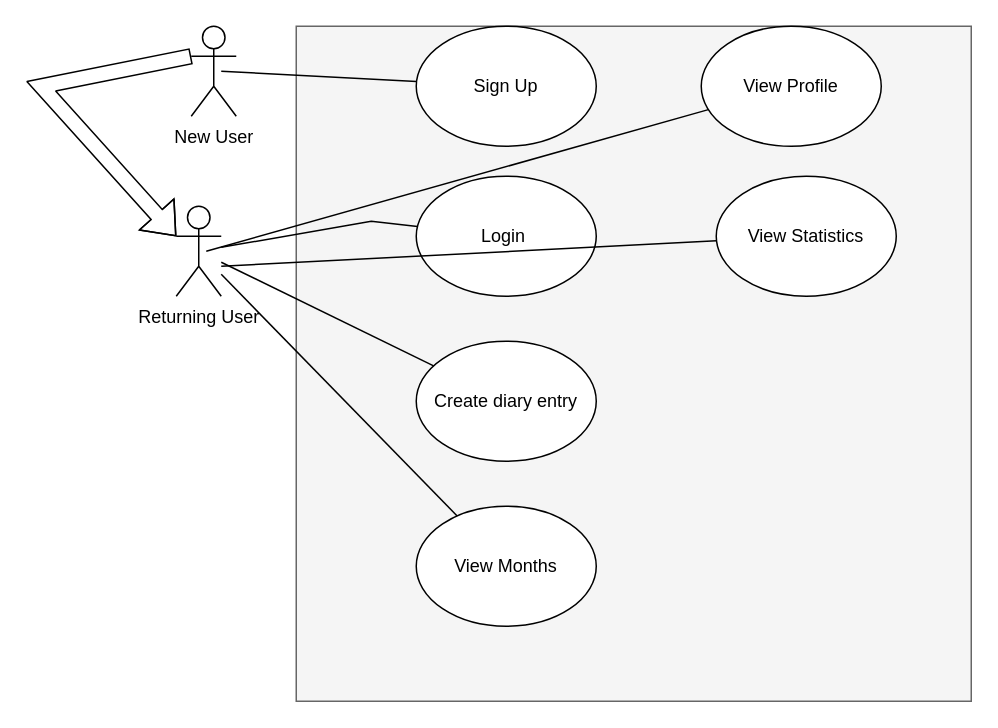
Above: myDiary.drawio in myDiarycp/backend (draw.io), before the change. Source tidied: cells renumbered, new cells numbered last; positions are measured from the earlier drawing's top-left corner, leaving out a move shared by most shapes. Both pictures are drawn from the tidied source at 150%, with x=0, y=0 at pixel (40, 26).
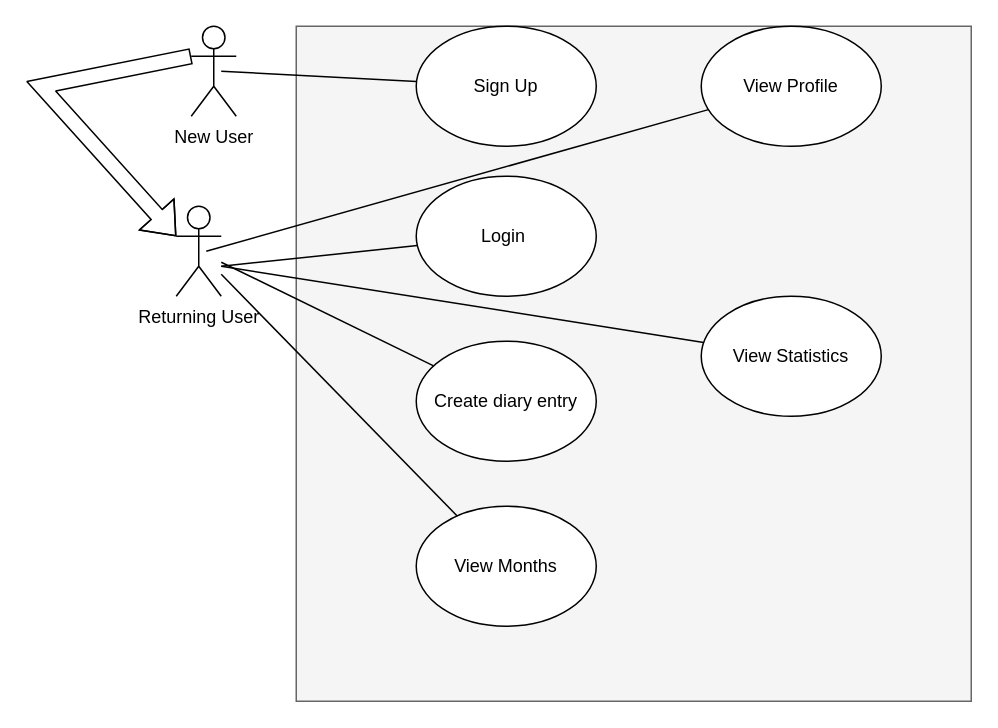
The same diagram, later.

The change refers to these unchanged cells:
```xml
<mxCell id="3" value="Login&amp;nbsp;" style="ellipse;whiteSpace=wrap;html=1;" parent="1" vertex="1">
  <mxGeometry x="250" y="100" width="120" height="80" as="geometry" />
</mxCell>
<mxCell id="4" value="Returning User" style="shape=umlActor;verticalLabelPosition=bottom;verticalAlign=top;html=1;outlineConnect=0;" parent="1" vertex="1">
  <mxGeometry x="90" y="120" width="30" height="60" as="geometry" />
</mxCell>
```

Diff of the diagram source:
```diff
@@
-    <mxCell id="5" style="endArrow=none;html=1;rounded=0;" parent="1" edge="1" source="4" target="3">
-      <mxGeometry relative="1" as="geometry">
-        <Array as="points">
-          <mxPoint x="220" y="130" />
-        </Array>
-      </mxGeometry>
-    </mxCell>
@@
     <mxCell id="15" value="View Statistics" style="ellipse;whiteSpace=wrap;html=1;" parent="1" vertex="1">
-      <mxGeometry x="450" y="100" width="120" height="80" as="geometry" />
+      <mxGeometry x="440" y="180" width="120" height="80" as="geometry" />
     </mxCell>
@@
+    <mxCell id="18" style="endArrow=none;html=1;rounded=0;" parent="1" edge="1" target="3">
+      <mxGeometry relative="1" as="geometry">
+        <mxPoint x="120" y="160" as="sourcePoint" />
+      </mxGeometry>
+    </mxCell>
```
